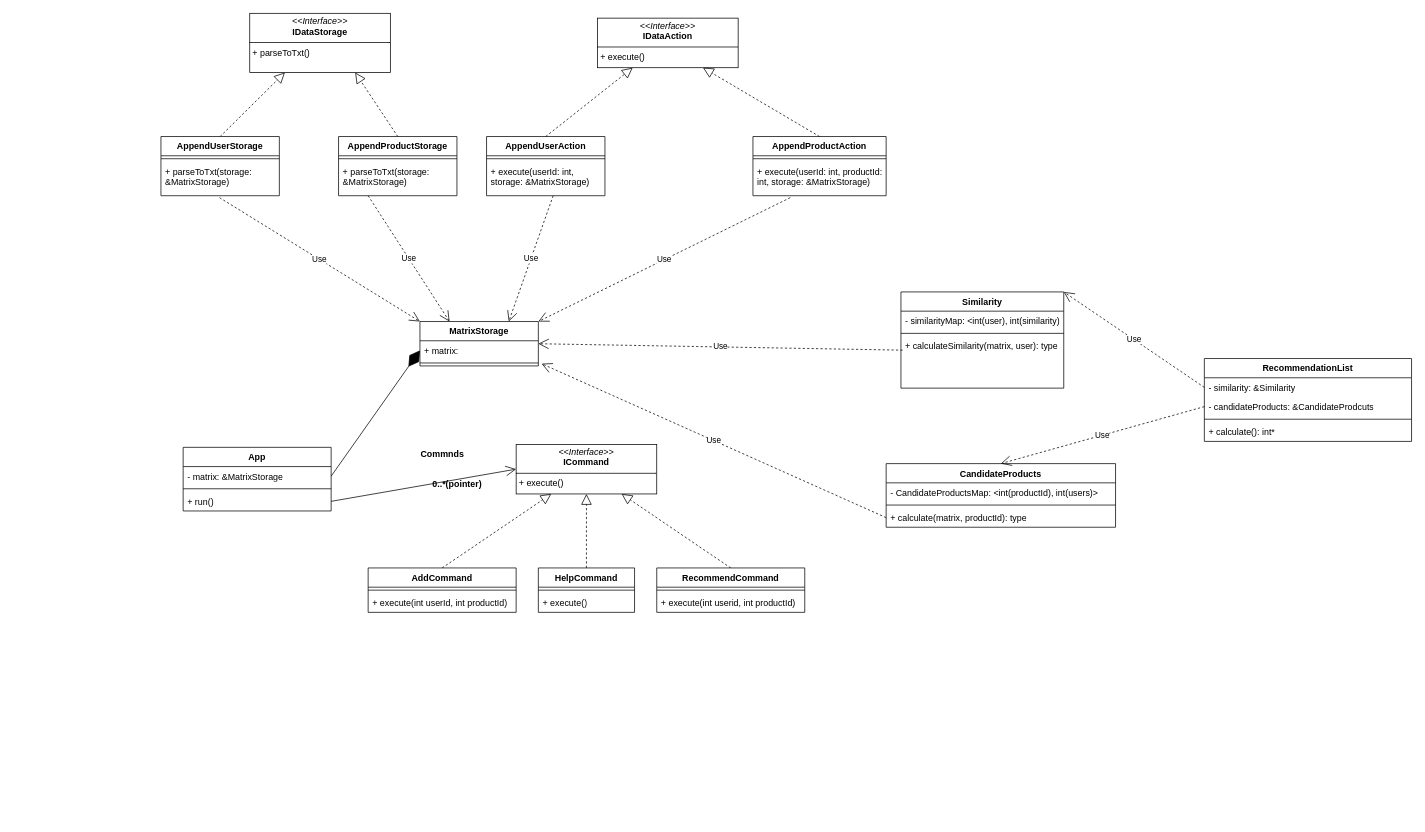
This is page "Страница — 1" (1 of 2) of doceumtation/uml/fullUmlDiagram.drawio from Vitalystriz/Project_ASP, a draw.io file, before an edit. Source tidied: cells renumbered, new cells numbered last; positions are measured from the earlier drawing's top-left corner, leaving out a move shared by most shapes. Both pictures are drawn from the tidied source at 74%, with x=0, y=0 at pixel (161, 13).
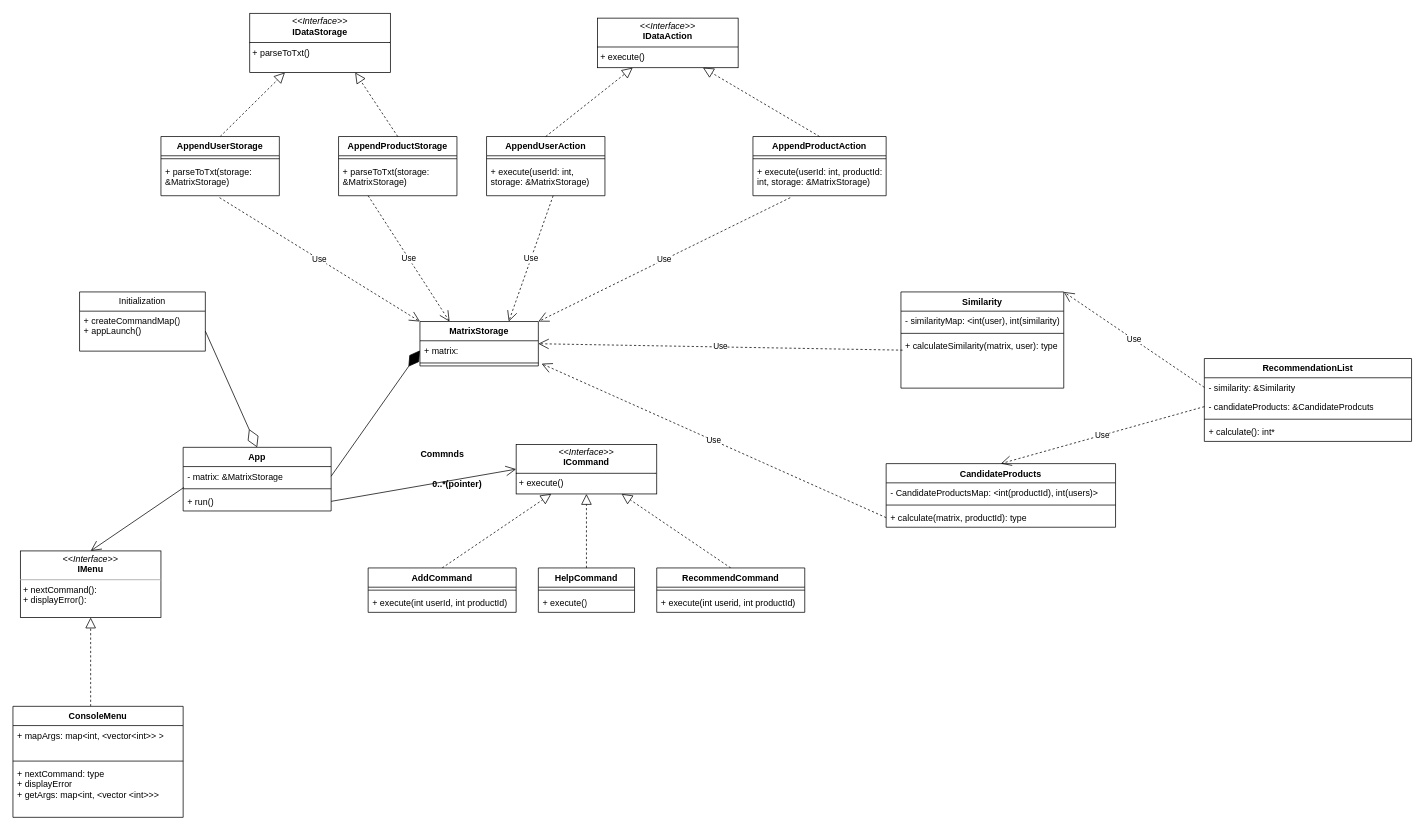
The same page after the edit.

Unchanged cells that the change refers to:
```xml
<mxCell id="27" value="App" style="swimlane;fontStyle=1;align=center;verticalAlign=top;horizontal=1;startSize=26;whiteSpace=wrap;html=1;" parent="1" vertex="1">
  <mxGeometry x="30" y="586" width="200" height="86" as="geometry" />
</mxCell>
<mxCell id="28" value="- matrix: &amp;amp;MatrixStorage" style="text;strokeColor=none;fillColor=none;align=left;verticalAlign=top;spacingLeft=4;spacingRight=4;overflow=hidden;points=[[0,0.5],[1,0.5]];portConstraint=eastwest;whiteSpace=wrap;html=1;" parent="27" vertex="1">
  <mxGeometry y="26" width="200" height="26" as="geometry" />
</mxCell>
```

The edit, as a diff of the source:
```diff
@@
+    <mxCell id="65" value="&lt;p style=&quot;margin:0px;margin-top:4px;text-align:center;&quot;&gt;&lt;i&gt;&amp;lt;&amp;lt;Interface&amp;gt;&amp;gt;&lt;/i&gt;&lt;br&gt;&lt;b&gt;IMenu&lt;/b&gt;&lt;/p&gt;&lt;hr size=&quot;1&quot;&gt;&lt;p style=&quot;margin:0px;margin-left:4px;&quot;&gt;+ nextCommand():&amp;nbsp;&lt;br&gt;+ displayError():&amp;nbsp;&lt;/p&gt;" style="verticalAlign=top;align=left;overflow=fill;fontSize=12;fontFamily=Helvetica;html=1;whiteSpace=wrap;" parent="1" vertex="1">
+      <mxGeometry x="-190" y="726" width="190" height="90" as="geometry" />
+    </mxCell>
+    <mxCell id="66" style="endArrow=open;endFill=1;endSize=12;html=1;rounded=0;exitX=0.005;exitY=1.085;exitDx=0;exitDy=0;exitPerimeter=0;entryX=0.5;entryY=0;entryDx=0;entryDy=0;" parent="1" edge="1" source="28" target="65">
+      <mxGeometry relative="1" as="geometry" />
+    </mxCell>
+    <mxCell id="67" style="endArrow=block;dashed=1;endFill=0;endSize=12;html=1;rounded=0;entryX=0.5;entryY=1;entryDx=0;entryDy=0;" parent="1" edge="1" target="65">
+      <mxGeometry relative="1" as="geometry">
+        <mxPoint x="-95" y="936" as="sourcePoint" />
+      </mxGeometry>
+    </mxCell>
+    <mxCell id="68" value="ConsoleMenu&lt;br&gt;" style="swimlane;fontStyle=1;align=center;verticalAlign=top;horizontal=1;startSize=26;whiteSpace=wrap;html=1;" parent="1" vertex="1">
+      <mxGeometry x="-200" y="936" width="230" height="150" as="geometry" />
+    </mxCell>
+    <mxCell id="69" value="+ mapArgs: map&amp;lt;int, &amp;lt;vector&amp;lt;int&amp;gt;&amp;gt; &amp;gt;" style="text;strokeColor=none;fillColor=none;align=left;verticalAlign=top;spacingLeft=4;spacingRight=4;overflow=hidden;whiteSpace=wrap;html=1;" parent="68" vertex="1">
+      <mxGeometry y="26" width="230" height="44" as="geometry" />
+    </mxCell>
+    <mxCell id="70" style="line;strokeWidth=1;fillColor=none;align=left;verticalAlign=middle;spacingTop=-1;spacingLeft=3;spacingRight=3;labelPosition=right;strokeColor=inherit;" parent="68" vertex="1">
+      <mxGeometry y="70" width="230" height="8" as="geometry" />
+    </mxCell>
+    <mxCell id="71" value="+ nextCommand: type&lt;br&gt;+ displayError&lt;br&gt;+ getArgs: map&amp;lt;int, &amp;lt;vector &amp;lt;int&amp;gt;&amp;gt;&amp;gt;" style="text;strokeColor=none;fillColor=none;align=left;verticalAlign=top;spacingLeft=4;spacingRight=4;overflow=hidden;whiteSpace=wrap;html=1;" parent="68" vertex="1">
+      <mxGeometry y="78" width="230" height="72" as="geometry" />
+    </mxCell>
+    <mxCell id="72" value="Initialization" style="swimlane;fontStyle=0;horizontal=1;startSize=26;fillColor=none;whiteSpace=wrap;html=1;" parent="1" vertex="1">
+      <mxGeometry x="-110" y="376" width="170" height="80" as="geometry" />
+    </mxCell>
+    <mxCell id="73" value="+ createCommandMap()&lt;br&gt;+ appLaunch()" style="text;strokeColor=none;fillColor=none;align=left;verticalAlign=top;spacingLeft=4;spacingRight=4;overflow=hidden;points=[[0,0.5],[1,0.5]];portConstraint=eastwest;whiteSpace=wrap;html=1;" parent="72" vertex="1">
+      <mxGeometry y="26" width="170" height="54" as="geometry" />
+    </mxCell>
+    <mxCell id="74" style="endArrow=diamondThin;endFill=0;endSize=24;html=1;rounded=0;exitX=1;exitY=0.5;exitDx=0;exitDy=0;entryX=0.5;entryY=0;entryDx=0;entryDy=0;" parent="1" edge="1" source="73" target="27">
+      <mxGeometry relative="1" as="geometry" />
+    </mxCell>
```
